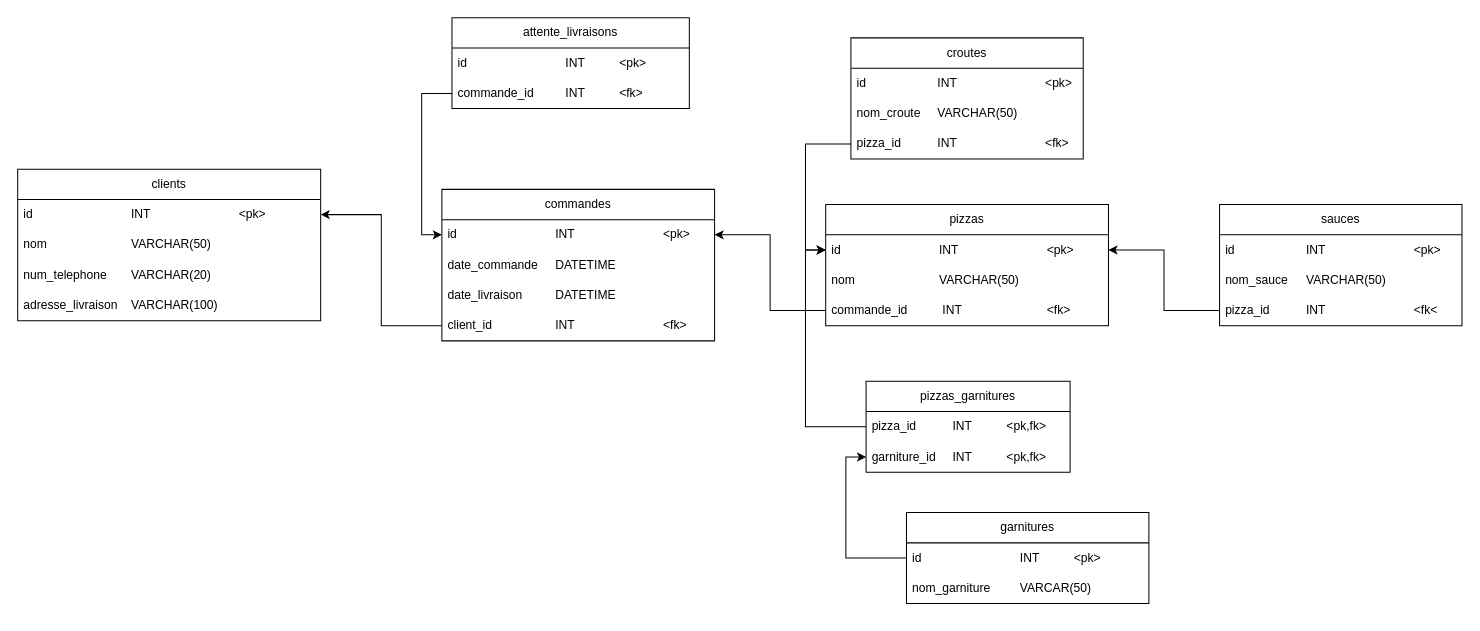
Above: diagramme_uml.drawio in cgpvicto-2444639/projet_long_bd (draw.io), before the change. Source tidied: cells renumbered, new cells numbered last; positions are measured from the earlier drawing's top-left corner, leaving out a move shared by most shapes. Both pictures are drawn from the tidied source at 101%, with x=0, y=0 at pixel (17, 17).
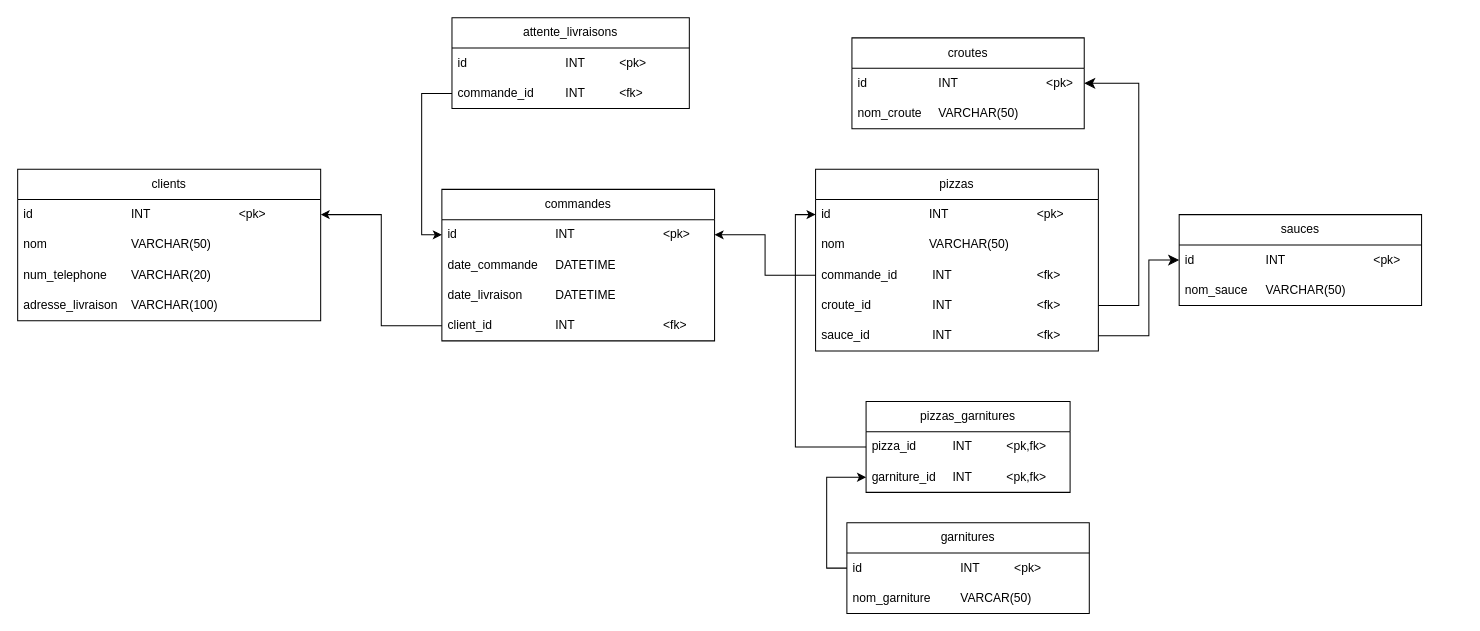
Above is the later version.

Commit message (it also covers changes not shown here):
Changement dans la création des tables dans le script

Unchanged cells that the change refers to:
```xml
<mxCell id="14" value="id&lt;span style=&quot;white-space: pre;&quot;&gt;&#9;&lt;/span&gt;&lt;span style=&quot;white-space: pre;&quot;&gt;&#9;&lt;span style=&quot;white-space: pre;&quot;&gt;&#9;&lt;span style=&quot;white-space: pre;&quot;&gt;&#9;&lt;/span&gt;&lt;/span&gt;&lt;/span&gt;INT&amp;nbsp;&lt;span style=&quot;white-space: pre;&quot;&gt;&#9;&lt;/span&gt;&lt;span style=&quot;white-space: pre;&quot;&gt;&#9;&lt;span style=&quot;white-space: pre;&quot;&gt;&#9;&lt;/span&gt;&lt;span style=&quot;white-space: pre;&quot;&gt;&#9;&lt;/span&gt;&lt;/span&gt;&amp;lt;pk&amp;gt;" style="text;strokeColor=none;fillColor=none;align=left;verticalAlign=middle;spacingLeft=4;spacingRight=4;overflow=hidden;points=[[0,0.5],[1,0.5]];portConstraint=eastwest;whiteSpace=wrap;html=1;" parent="13" vertex="1">
  <mxGeometry y="30" width="280" height="30" as="geometry" />
</mxCell>
<mxCell id="22" value="id&amp;nbsp;&lt;span style=&quot;white-space: pre;&quot;&gt;&#9;&lt;/span&gt;&lt;span style=&quot;white-space: pre;&quot;&gt;&#9;&lt;/span&gt;&lt;span style=&quot;white-space: pre;&quot;&gt;&#9;&lt;/span&gt;INT&amp;nbsp;&lt;span style=&quot;white-space: pre;&quot;&gt;&#9;&lt;/span&gt;&lt;span style=&quot;white-space: pre;&quot;&gt;&#9;&lt;span style=&quot;white-space: pre;&quot;&gt;&#9;&lt;/span&gt;&lt;span style=&quot;white-space: pre;&quot;&gt;&#9;&lt;/span&gt;&lt;/span&gt;&amp;lt;pk&amp;gt;" style="text;strokeColor=none;fillColor=none;align=left;verticalAlign=middle;spacingLeft=4;spacingRight=4;overflow=hidden;points=[[0,0.5],[1,0.5]];portConstraint=eastwest;whiteSpace=wrap;html=1;" parent="21" vertex="1">
  <mxGeometry y="30" width="240" height="30" as="geometry" />
</mxCell>
<mxCell id="26" value="id&amp;nbsp;&lt;span style=&quot;white-space: pre;&quot;&gt;&#9;&lt;/span&gt;&lt;span style=&quot;white-space: pre;&quot;&gt;&#9;&lt;/span&gt;&lt;span style=&quot;white-space: pre;&quot;&gt;&#9;&lt;/span&gt;INT&amp;nbsp;&lt;span style=&quot;white-space: pre;&quot;&gt;&#9;&lt;/span&gt;&lt;span style=&quot;white-space: pre;&quot;&gt;&#9;&lt;span style=&quot;white-space: pre;&quot;&gt;&#9;&lt;/span&gt;&lt;span style=&quot;white-space: pre;&quot;&gt;&#9;&lt;/span&gt;&lt;/span&gt;&amp;lt;pk&amp;gt;" style="text;strokeColor=none;fillColor=none;align=left;verticalAlign=middle;spacingLeft=4;spacingRight=4;overflow=hidden;points=[[0,0.5],[1,0.5]];portConstraint=eastwest;whiteSpace=wrap;html=1;" parent="25" vertex="1">
  <mxGeometry y="30" width="230" height="30" as="geometry" />
</mxCell>
```

What changed in the source:
```diff
@@
     <mxCell id="13" value="pizzas" style="swimlane;fontStyle=0;horizontal=1;startSize=30;whiteSpace=wrap;html=1;" parent="1" vertex="1">
-      <mxGeometry x="800" y="185" width="280" height="120" as="geometry" />
+      <mxGeometry x="790" y="150" width="280" height="180" as="geometry" />
     </mxCell>
@@
+    <mxCell id="40" value="croute_id&amp;nbsp;&lt;span style=&quot;white-space: pre;&quot;&gt;&#9;&lt;/span&gt;&lt;span style=&quot;white-space: pre;&quot;&gt;&#9;&lt;/span&gt;&amp;nbsp;&lt;span style=&quot;white-space: pre;&quot;&gt;INT &lt;span style=&quot;white-space: pre;&quot;&gt;&#9;&lt;/span&gt;&lt;span style=&quot;white-space: pre;&quot;&gt;&#9;&lt;/span&gt;&lt;span style=&quot;white-space: pre;&quot;&gt;&#9;&lt;/span&gt;&amp;lt;fk&amp;gt;&lt;/span&gt;" style="text;strokeColor=none;fillColor=none;align=left;verticalAlign=middle;spacingLeft=4;spacingRight=4;overflow=hidden;points=[[0,0.5],[1,0.5]];portConstraint=eastwest;whiteSpace=wrap;html=1;" parent="13" vertex="1">
+      <mxGeometry y="120" width="280" height="30" as="geometry" />
+    </mxCell>
+    <mxCell id="41" style="edgeStyle=none;curved=1;rounded=0;jettySize=auto;html=1;fontSize=12;startSize=8;endSize=8;" parent="13" edge="1" source="42" target="13">
+      <mxGeometry relative="1" as="geometry" />
+    </mxCell>
+    <mxCell id="42" value="sauce_id&amp;nbsp;&lt;span style=&quot;white-space: pre;&quot;&gt;&#9;&lt;/span&gt;&lt;span style=&quot;white-space: pre;&quot;&gt;&#9;&lt;/span&gt;&lt;span style=&quot;white-space: pre;&quot;&gt;&#9;&lt;/span&gt;&amp;nbsp;INT&amp;nbsp;&lt;span style=&quot;white-space: pre;&quot;&gt;&#9;&lt;/span&gt;&lt;span style=&quot;white-space: pre;&quot;&gt;&#9;&lt;/span&gt;&lt;span style=&quot;white-space: pre;&quot;&gt;&#9;&lt;/span&gt;&amp;lt;fk&amp;gt;" style="text;strokeColor=none;fillColor=none;align=left;verticalAlign=middle;spacingLeft=4;spacingRight=4;overflow=hidden;points=[[0,0.5],[1,0.5]];portConstraint=eastwest;whiteSpace=wrap;html=1;" parent="13" vertex="1">
+      <mxGeometry y="150" width="280" height="30" as="geometry" />
+    </mxCell>
@@
     <mxCell id="21" value="sauces" style="swimlane;fontStyle=0;horizontal=1;startSize=30;whiteSpace=wrap;html=1;" parent="1" vertex="1">
-      <mxGeometry x="1190" y="185" width="240" height="120" as="geometry" />
+      <mxGeometry x="1150" y="195" width="240" height="90" as="geometry" />
     </mxCell>
@@
-    <mxCell id="24" value="pizza_id&lt;span style=&quot;white-space: pre;&quot;&gt;&#9;&lt;/span&gt;&lt;span style=&quot;white-space: pre;&quot;&gt;&#9;&lt;/span&gt;INT&lt;span style=&quot;white-space: pre;&quot;&gt;&#9;&lt;/span&gt;&lt;span style=&quot;white-space: pre;&quot;&gt;&#9;&lt;/span&gt;&lt;span style=&quot;white-space: pre;&quot;&gt;&#9;&lt;/span&gt;&lt;span style=&quot;white-space: pre;&quot;&gt;&#9;&lt;/span&gt;&amp;lt;fk&amp;lt;" style="text;strokeColor=none;fillColor=none;align=left;verticalAlign=middle;spacingLeft=4;spacingRight=4;overflow=hidden;points=[[0,0.5],[1,0.5]];portConstraint=eastwest;whiteSpace=wrap;html=1;" parent="21" vertex="1">
-      <mxGeometry y="90" width="240" height="30" as="geometry" />
-    </mxCell>
     <mxCell id="25" value="croutes" style="swimlane;fontStyle=0;horizontal=1;startSize=30;whiteSpace=wrap;html=1;" parent="1" vertex="1">
-      <mxGeometry x="825" y="20" width="230" height="120" as="geometry" />
+      <mxGeometry x="826" y="20" width="230" height="90" as="geometry" />
     </mxCell>
@@
-    <mxCell id="28" value="pizza_id&lt;span style=&quot;white-space: pre;&quot;&gt;&#9;&lt;/span&gt;&lt;span style=&quot;white-space: pre;&quot;&gt;&#9;&lt;/span&gt;INT&amp;nbsp;&lt;span style=&quot;white-space: pre;&quot;&gt;&#9;&lt;/span&gt;&lt;span style=&quot;white-space: pre;&quot;&gt;&#9;&lt;span style=&quot;white-space: pre;&quot;&gt;&#9;&lt;/span&gt;&lt;span style=&quot;white-space: pre;&quot;&gt;&#9;&lt;/span&gt;&amp;lt;fk&amp;gt;&lt;/span&gt;" style="text;strokeColor=none;fillColor=none;align=left;verticalAlign=middle;spacingLeft=4;spacingRight=4;overflow=hidden;points=[[0,0.5],[1,0.5]];portConstraint=eastwest;whiteSpace=wrap;html=1;" parent="25" vertex="1">
-      <mxGeometry y="90" width="230" height="30" as="geometry" />
-    </mxCell>
@@
     <mxCell id="30" value="garnitures" style="swimlane;fontStyle=0;horizontal=1;startSize=30;whiteSpace=wrap;html=1;" parent="1" vertex="1">
-      <mxGeometry x="880" y="490" width="240" height="90" as="geometry" />
+      <mxGeometry x="821" y="500" width="240" height="90" as="geometry" />
     </mxCell>
@@
     <mxCell id="33" value="pizzas_garnitures" style="swimlane;fontStyle=0;horizontal=1;startSize=30;whiteSpace=wrap;html=1;" parent="1" vertex="1">
-      <mxGeometry x="840" y="360" width="202" height="90" as="geometry" />
+      <mxGeometry x="840" y="380" width="202" height="90" as="geometry" />
     </mxCell>
@@
-    <mxCell id="36" style="edgeStyle=orthogonalEdgeStyle;rounded=0;jettySize=auto;html=1;entryX=1;entryY=0.5;entryDx=0;entryDy=0;" parent="1" edge="1" source="24" target="14">
-      <mxGeometry relative="1" as="geometry" />
-    </mxCell>
-    <mxCell id="37" style="edgeStyle=orthogonalEdgeStyle;rounded=0;jettySize=auto;html=1;entryX=0;entryY=0.5;entryDx=0;entryDy=0;" parent="1" edge="1" source="28" target="14">
-      <mxGeometry relative="1" as="geometry">
-        <Array as="points">
-          <mxPoint x="780" y="125" />
-          <mxPoint x="780" y="230" />
-        </Array>
-      </mxGeometry>
-    </mxCell>
@@
+    <mxCell id="43" style="edgeStyle=none;curved=0;rounded=0;jettySize=auto;html=1;entryX=1;entryY=0.5;entryDx=0;entryDy=0;fontSize=12;startSize=8;endSize=8;exitX=1;exitY=0.5;exitDx=0;exitDy=0;" parent="1" edge="1" source="40" target="26">
+      <mxGeometry relative="1" as="geometry">
+        <Array as="points">
+          <mxPoint x="1110" y="285" />
+          <mxPoint x="1110" y="65" />
+        </Array>
+      </mxGeometry>
+    </mxCell>
+    <mxCell id="44" style="edgeStyle=none;curved=0;rounded=0;jettySize=auto;html=1;entryX=0;entryY=0.5;entryDx=0;entryDy=0;fontSize=12;startSize=8;endSize=8;exitX=1;exitY=0.5;exitDx=0;exitDy=0;" parent="1" edge="1" source="42" target="22">
+      <mxGeometry relative="1" as="geometry">
+        <Array as="points">
+          <mxPoint x="1120" y="315" />
+          <mxPoint x="1120" y="240" />
+        </Array>
+      </mxGeometry>
+    </mxCell>
```
